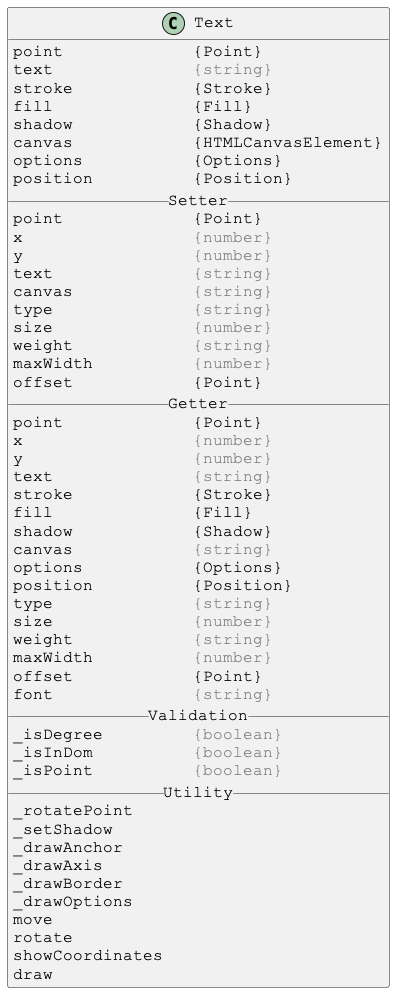
Earlier version of the PlantUML export docs/PlantUml/image/Text.png (Justin-Byrne/canvasLab).
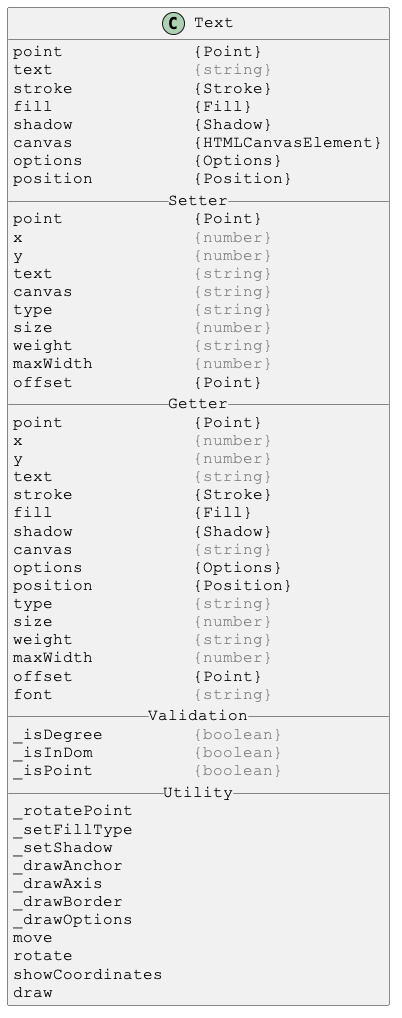
After the change.

Change to the diagram source:
```diff
@@ -46,6 +46,7 @@
 _isPoint          <color:gray>{boolean}</color>
 __ Utility __
 _rotatePoint
+_setFillType
 _setShadow
 _drawAnchor
 _drawAxis
```
